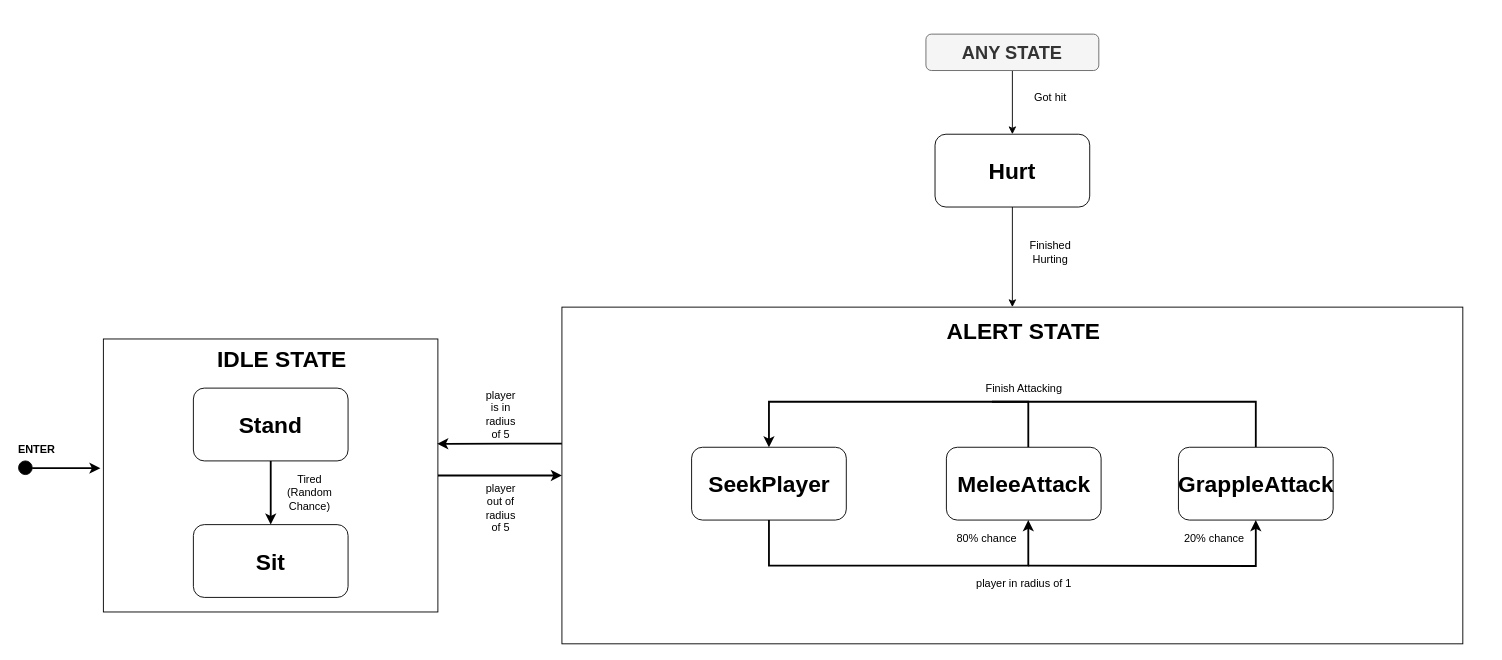
Earlier version of the draw.io diagram page "Page-3" (2 of 2) of player_fsm.drawio (Aster0/GMAI_Project). Source tidied: cells renumbered, new cells numbered last; positions are measured from the earlier drawing's top-left corner, leaving out a move shared by most shapes. Both pictures are drawn from the tidied source at 91%, with x=0, y=0 at pixel (15, 34).
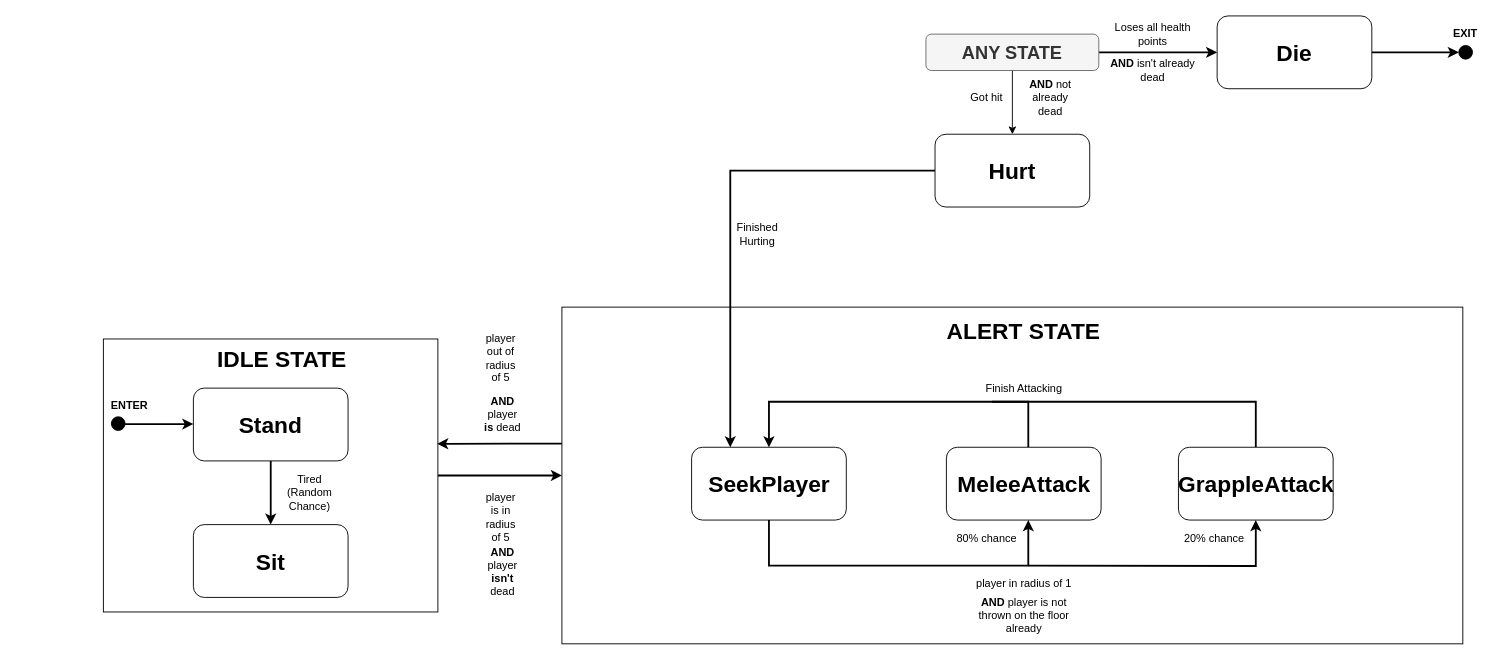
After the change.

Unchanged cells that the change refers to:
```xml
<mxCell id="5" style="rounded=0;whiteSpace=wrap;html=1;fontSize=11;" parent="1" vertex="1">
  <mxGeometry x="600" y="300" width="990" height="370" as="geometry" />
</mxCell>
<mxCell id="12" value="&lt;span style=&quot;font-size: 25px;&quot;&gt;&lt;b&gt;SeekPlayer&lt;/b&gt;&lt;/span&gt;" style="rounded=1;whiteSpace=wrap;html=1;" parent="1" vertex="1">
  <mxGeometry x="742.5" y="454" width="170" height="80" as="geometry" />
</mxCell>
<mxCell id="23" value="&lt;span style=&quot;font-size: 25px;&quot;&gt;&lt;b&gt;Hurt&lt;/b&gt;&lt;/span&gt;" style="rounded=1;whiteSpace=wrap;html=1;" parent="1" vertex="1">
  <mxGeometry x="1010" y="110" width="170" height="80" as="geometry" />
</mxCell>
<mxCell id="33" value="&lt;span style=&quot;font-size: 20px;&quot;&gt;&lt;b&gt;ANY STATE&lt;/b&gt;&lt;/span&gt;" style="rounded=1;whiteSpace=wrap;html=1;fillColor=#f5f5f5;strokeColor=#666666;fontColor=#333333;" parent="1" vertex="1">
  <mxGeometry x="1000" width="190" height="40" as="geometry" />
</mxCell>
```

Diff of the diagram source:
```diff
@@
     <mxCell id="8" style="edgeStyle=orthogonalEdgeStyle;rounded=0;jettySize=auto;html=1;fontSize=5;strokeWidth=2;" parent="1" edge="1" source="9">
       <mxGeometry relative="1" as="geometry">
-        <mxPoint x="92.9" y="477" as="targetPoint" />
+        <mxPoint x="195" y="428.5" as="targetPoint" />
         <Array as="points">
-          <mxPoint x="55.4" y="476.5" />
+          <mxPoint x="157.4" y="428" />
         </Array>
       </mxGeometry>
     </mxCell>
     <mxCell id="9" style="ellipse;whiteSpace=wrap;html=1;fontSize=5;fillColor=#000000;" parent="1" vertex="1">
-      <mxGeometry x="2.9" y="469" width="15" height="15" as="geometry" />
+      <mxGeometry x="104.9" y="420.5" width="15" height="15" as="geometry" />
     </mxCell>
     <mxCell id="10" value="ENTER" style="text;html=1;strokeColor=none;fillColor=none;align=center;verticalAlign=middle;whiteSpace=wrap;rounded=0;fontSize=12;fontStyle=1;" parent="1" vertex="1">
-      <mxGeometry y="449" width="46.1" height="15" as="geometry" />
+      <mxGeometry x="102" y="400.5" width="46.1" height="15" as="geometry" />
     </mxCell>
@@
     <mxCell id="18" value="player is in radius of 5" style="text;html=1;strokeColor=none;fillColor=none;align=center;verticalAlign=middle;whiteSpace=wrap;rounded=0;fontSize=12;fontStyle=0;" parent="1" vertex="1">
-      <mxGeometry x="510" y="387" width="46.1" height="62" as="geometry" />
+      <mxGeometry x="510" y="500" width="46.1" height="62" as="geometry" />
     </mxCell>
@@
-    <mxCell id="22" style="edgeStyle=orthogonalEdgeStyle;rounded=0;jettySize=auto;html=1;entryX=0.5;entryY=0;entryDx=0;entryDy=0;" parent="1" edge="1" source="23" target="5">
+    <mxCell id="22" style="edgeStyle=orthogonalEdgeStyle;rounded=0;jettySize=auto;html=1;entryX=0.25;entryY=0;entryDx=0;entryDy=0;strokeWidth=2;" parent="1" edge="1" source="23" target="12">
       <mxGeometry relative="1" as="geometry" />
     </mxCell>
@@
-    <mxCell id="24" value="Got hit" style="text;html=1;strokeColor=none;fillColor=none;align=center;verticalAlign=middle;whiteSpace=wrap;rounded=0;fontSize=12;fontStyle=0;" parent="1" vertex="1">
+    <mxCell id="24" value="&lt;b&gt;AND &lt;/b&gt;not already dead" style="text;html=1;strokeColor=none;fillColor=none;align=center;verticalAlign=middle;whiteSpace=wrap;rounded=0;fontSize=12;fontStyle=0;" parent="1" vertex="1">
       <mxGeometry x="1101.5" y="50" width="70" height="40" as="geometry" />
     </mxCell>
     <mxCell id="25" value="Finished Hurting" style="text;html=1;strokeColor=none;fillColor=none;align=center;verticalAlign=middle;whiteSpace=wrap;rounded=0;fontSize=12;fontStyle=0;" parent="1" vertex="1">
-      <mxGeometry x="1101.5" y="220" width="70" height="40" as="geometry" />
+      <mxGeometry x="780" y="200" width="70" height="40" as="geometry" />
     </mxCell>
@@
     <mxCell id="27" value="player out of radius of 5" style="text;html=1;strokeColor=none;fillColor=none;align=center;verticalAlign=middle;whiteSpace=wrap;rounded=0;fontSize=12;fontStyle=0;" parent="1" vertex="1">
-      <mxGeometry x="510" y="490" width="46.1" height="62" as="geometry" />
+      <mxGeometry x="510" y="325" width="46.1" height="62" as="geometry" />
     </mxCell>
@@
+    <mxCell id="34" style="edgeStyle=orthogonalEdgeStyle;rounded=0;jettySize=auto;html=1;entryX=0;entryY=0.5;entryDx=0;entryDy=0;strokeWidth=2;" parent="1" edge="1" source="33" target="39">
+      <mxGeometry relative="1" as="geometry" />
+    </mxCell>
@@
+    <mxCell id="35" value="&lt;b&gt;AND &lt;/b&gt;player is not thrown on the floor already" style="text;html=1;strokeColor=none;fillColor=none;align=center;verticalAlign=middle;whiteSpace=wrap;rounded=0;fontSize=12;fontStyle=0;" parent="1" vertex="1">
+      <mxGeometry x="1043.5" y="608" width="128.1" height="62" as="geometry" />
+    </mxCell>
+    <mxCell id="36" value="&lt;b&gt;AND &lt;/b&gt;player &lt;b&gt;isn't &lt;/b&gt;dead" style="text;html=1;strokeColor=none;fillColor=none;align=center;verticalAlign=middle;whiteSpace=wrap;rounded=0;fontSize=12;fontStyle=0;" parent="1" vertex="1">
+      <mxGeometry x="510" y="562" width="50" height="58" as="geometry" />
+    </mxCell>
+    <mxCell id="37" value="&lt;b&gt;AND &lt;/b&gt;player &lt;b&gt;is&amp;nbsp;&lt;/b&gt;dead" style="text;html=1;strokeColor=none;fillColor=none;align=center;verticalAlign=middle;whiteSpace=wrap;rounded=0;fontSize=12;fontStyle=0;" parent="1" vertex="1">
+      <mxGeometry x="510" y="389" width="50" height="58" as="geometry" />
+    </mxCell>
+    <mxCell id="38" style="edgeStyle=orthogonalEdgeStyle;rounded=0;jettySize=auto;html=1;entryX=0;entryY=0.5;entryDx=0;entryDy=0;strokeWidth=2;" parent="1" edge="1" source="39" target="42">
+      <mxGeometry relative="1" as="geometry" />
+    </mxCell>
+    <mxCell id="39" value="&lt;span style=&quot;font-size: 25px;&quot;&gt;&lt;b&gt;Die&lt;/b&gt;&lt;/span&gt;" style="rounded=1;whiteSpace=wrap;html=1;" parent="1" vertex="1">
+      <mxGeometry x="1320" y="-20" width="170" height="80" as="geometry" />
+    </mxCell>
+    <mxCell id="40" value="Loses all health points" style="text;html=1;strokeColor=none;fillColor=none;align=center;verticalAlign=middle;whiteSpace=wrap;rounded=0;fontSize=12;fontStyle=0;" parent="1" vertex="1">
+      <mxGeometry x="1192.5" y="-20" width="112.5" height="40" as="geometry" />
+    </mxCell>
+    <mxCell id="41" value="&lt;b&gt;AND &lt;/b&gt;isn't already dead" style="text;html=1;strokeColor=none;fillColor=none;align=center;verticalAlign=middle;whiteSpace=wrap;rounded=0;fontSize=12;fontStyle=0;" parent="1" vertex="1">
+      <mxGeometry x="1192.5" y="20" width="112.5" height="40" as="geometry" />
+    </mxCell>
+    <mxCell id="42" style="ellipse;whiteSpace=wrap;html=1;fontSize=5;fillColor=#000000;" parent="1" vertex="1">
+      <mxGeometry x="1585.6" y="12.5" width="15" height="15" as="geometry" />
+    </mxCell>
+    <mxCell id="43" value="EXIT" style="text;html=1;strokeColor=none;fillColor=none;align=center;verticalAlign=middle;whiteSpace=wrap;rounded=0;fontSize=12;fontStyle=1;" parent="1" vertex="1">
+      <mxGeometry x="1570" y="-7.5" width="46.1" height="15" as="geometry" />
+    </mxCell>
+    <mxCell id="44" value="Got hit" style="text;html=1;strokeColor=none;fillColor=none;align=center;verticalAlign=middle;whiteSpace=wrap;rounded=0;fontSize=12;fontStyle=0;" parent="1" vertex="1">
+      <mxGeometry x="1031.5" y="50" width="70" height="40" as="geometry" />
+    </mxCell>
```
